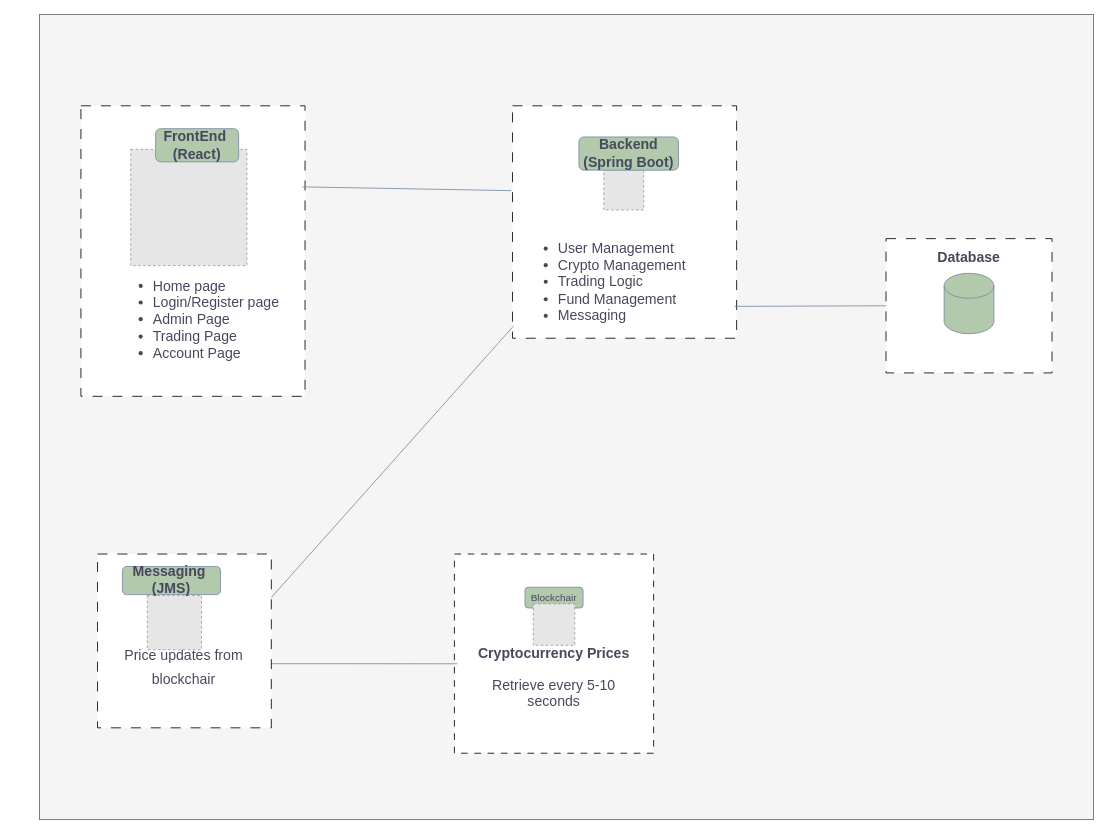
Before: page "Page-1" (1 of 2) of doc/architectureDiagram.drawio in AlenBijelic99/TradingPlatform, a draw.io diagram. Source tidied: cells renumbered, new cells numbered last; positions are measured from the earlier drawing's top-left corner, leaving out a move shared by most shapes. Both pictures are drawn from the tidied source at 83%, with x=0, y=0 at pixel (39, 14). Pictures stored in the file or linked from it are replaced by grey dashed boxes.
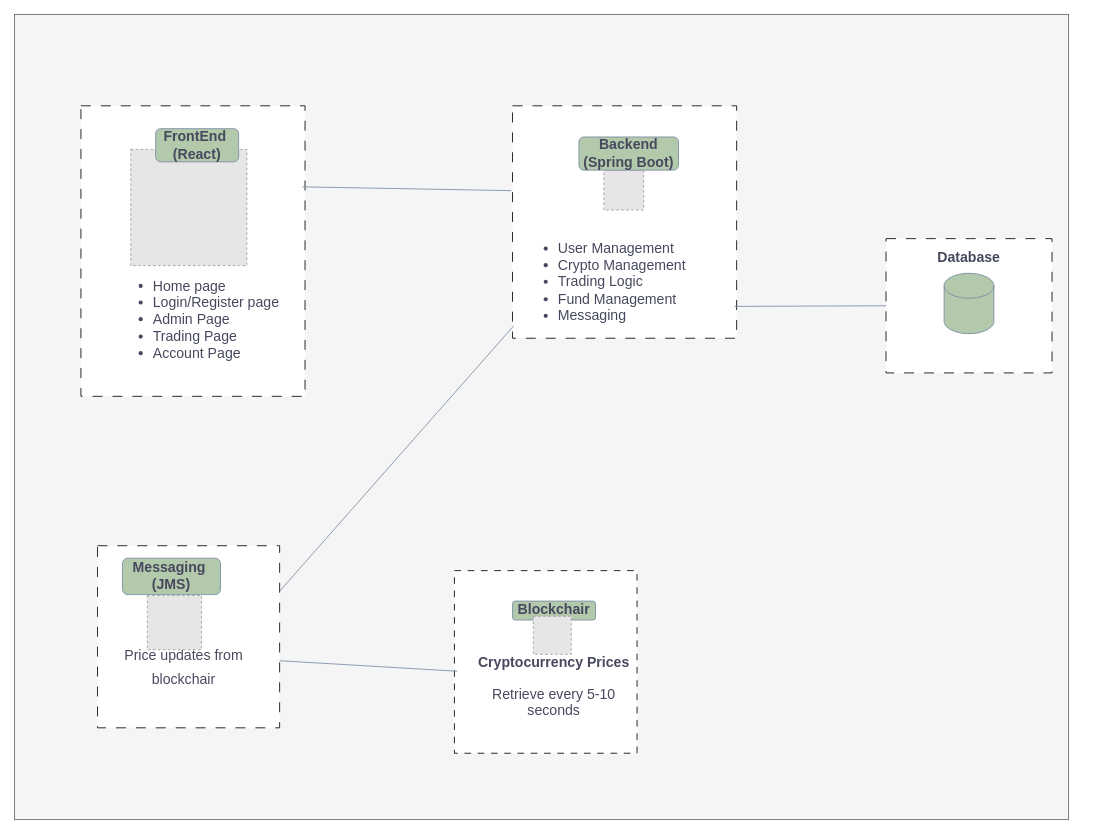
The same page after the edit.

Commit message (it also covers changes not shown here):
FIX made txt size bigger

Unchanged cells that the change refers to:
```xml
<mxCell id="2" style="group;" parent="1" vertex="1">
  <mxGeometry width="1270" height="970" as="geometry" />
</mxCell>
<mxCell id="24" style="group;" parent="2" vertex="1">
  <mxGeometry x="70" y="650" width="240" height="235" as="geometry" />
</mxCell>
<mxCell id="29" style="group;" parent="24" vertex="1">
  <mxGeometry x="60" y="15" width="180" height="220" as="geometry" />
</mxCell>
```

What changed in the source:
```diff
@@
     <mxCell id="3" style="rounded=0;whiteSpace=wrap;html=1;fillColor=#f5f5f5;fontColor=#333333;strokeColor=#666666;" parent="2" vertex="1">
-      <mxGeometry width="1270" height="970" as="geometry" />
+      <mxGeometry x="-30" width="1270" height="970" as="geometry" />
     </mxCell>
     <mxCell id="4" style="group;dashed=1;" parent="2" vertex="1">
-      <mxGeometry x="500" y="650" width="240" height="240" as="geometry" />
+      <mxGeometry x="500" y="670" width="240" height="220" as="geometry" />
     </mxCell>
     <mxCell id="5" style="whiteSpace=wrap;html=1;dashed=1;dashPattern=8 8;" parent="4" vertex="1">
-      <mxGeometry width="240" height="240" as="geometry" />
+      <mxGeometry width="220" height="220" as="geometry" />
     </mxCell>
     <mxCell id="6" style="group;" parent="4" vertex="1">
-      <mxGeometry x="85" y="40" width="70" height="70" as="geometry" />
+      <mxGeometry x="85" y="36.7" width="70" height="64.2" as="geometry" />
     </mxCell>
-    <mxCell id="7" value="Blockchair" style="rounded=1;whiteSpace=wrap;html=1;strokeColor=#788AA3;fontColor=#46495D;fillColor=#B2C9AB;" parent="6" vertex="1">
-      <mxGeometry width="70" height="25" as="geometry" />
+    <mxCell id="7" value="&lt;b&gt;&lt;font style=&quot;font-size: 17px;&quot;&gt;Blockchair&lt;/font&gt;&lt;/b&gt;" style="rounded=1;whiteSpace=wrap;html=1;strokeColor=#788AA3;fontColor=#46495D;fillColor=#B2C9AB;" parent="6" vertex="1">
+      <mxGeometry x="-15" width="100" height="22.9" as="geometry" />
     </mxCell>
     <mxCell id="8" style="fillColor=#E6E6E6;strokeColor=#999999;dashed=1;" parent="6" vertex="1">
-      <mxGeometry x="10" y="20" width="50" height="50" as="geometry" />
+      <mxGeometry x="10" y="18.3" width="45.8" height="45.8" as="geometry" />
     </mxCell>
     <mxCell id="9" value="&lt;h1 style=&quot;font-size: 17px;&quot;&gt;&lt;font style=&quot;font-size: 17px;&quot;&gt;Cryptocurrency Prices&lt;/font&gt;&lt;/h1&gt;&lt;p style=&quot;font-size: 17px;&quot;&gt;&lt;font style=&quot;font-size: 17px;&quot;&gt;Retrieve every 5-10 seconds&lt;/font&gt;&lt;/p&gt;" style="text;html=1;strokeColor=none;fillColor=none;spacing=5;spacingTop=-20;whiteSpace=wrap;overflow=hidden;rounded=0;fontColor=#46495D;align=center;" parent="4" vertex="1">
-      <mxGeometry x="10" y="110" width="220" height="90" as="geometry" />
+      <mxGeometry x="10" y="100.8" width="220" height="82.5" as="geometry" />
     </mxCell>
@@
     <mxCell id="25" style="group;dashed=1;dashPattern=8 8;" parent="24" vertex="1">
-      <mxGeometry width="209.4" height="209.4" as="geometry" />
+      <mxGeometry width="219.4" height="209.4" as="geometry" />
     </mxCell>
     <mxCell id="26" style="whiteSpace=wrap;html=1;dashed=1;dashPattern=12 12;" parent="25" vertex="1">
-      <mxGeometry width="209.4" height="209.4" as="geometry" />
+      <mxGeometry y="-10" width="219.4" height="219.4" as="geometry" />
     </mxCell>
@@
     <mxCell id="30" value="&lt;b style=&quot;font-size: 17px;&quot;&gt;Messaging&amp;nbsp;&lt;br&gt;(JMS)&lt;/b&gt;" style="rounded=1;whiteSpace=wrap;html=1;strokeColor=#788AA3;fontColor=#46495D;fillColor=#B2C9AB;" parent="29" vertex="1">
-      <mxGeometry x="-30" width="118.2" height="33.9" as="geometry" />
+      <mxGeometry x="-30" y="-10" width="118.2" height="43.9" as="geometry" />
     </mxCell>
```
